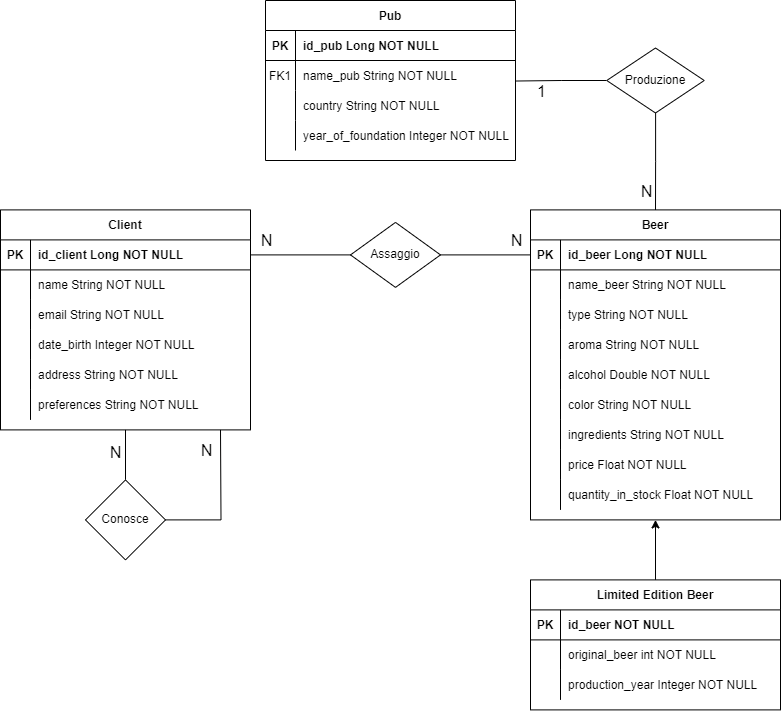
The draw.io diagram ER.png in dami013/BeerConnect, before a commit. Source tidied: cells renumbered, new cells last; positions are measured from the earlier drawing's top-left corner, leaving out a move shared by most shapes.
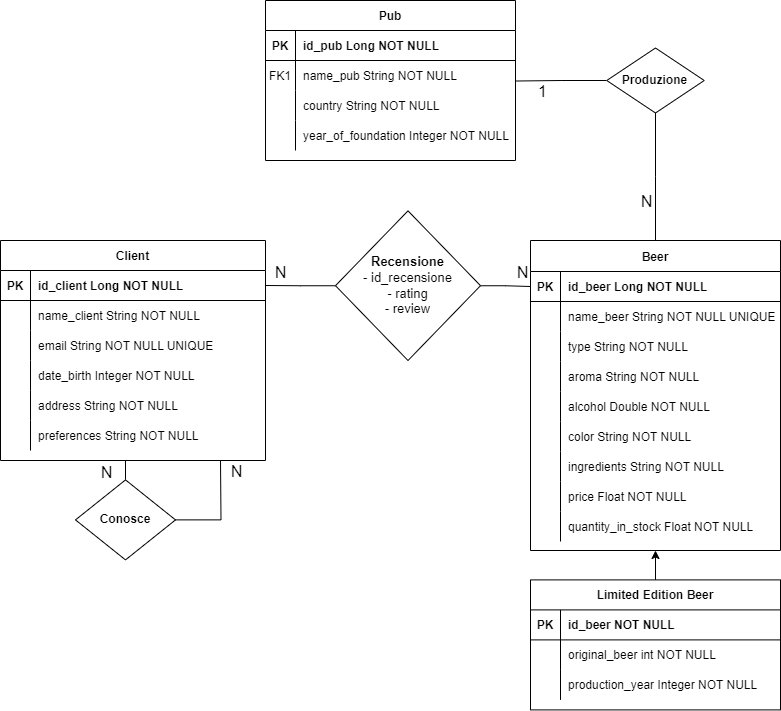
After the commit.

The edit, as a diff of the source:
```diff
@@ -2,11 +2,11 @@
   <root>
     <mxCell id="0" />
     <mxCell id="1" parent="0" />
-    <mxCell id="2" value="Beer" style="shape=table;startSize=30;rowLines=0;fontStyle=1;align=center;" parent="1" vertex="1">
-      <mxGeometry x="530" y="209.4" width="250" height="310" as="geometry" />
+    <mxCell id="2" value="Beer" style="shape=table;startSize=31;rowLines=0;fontStyle=1;align=center;" parent="1" vertex="1">
+      <mxGeometry x="530" y="240" width="250" height="310" as="geometry" />
     </mxCell>
     <mxCell id="3" style="shape=partialRectangle;fillColor=none;points=[[0,0.5],[1,0.5]];portConstraint=eastwest;top=0;left=0;right=0;bottom=1;" parent="2" vertex="1">
-      <mxGeometry y="30" width="250" height="30" as="geometry" />
+      <mxGeometry y="31" width="250" height="30" as="geometry" />
     </mxCell>
     <mxCell id="4" value="PK" style="shape=partialRectangle;overflow=hidden;fillColor=none;top=0;left=0;bottom=0;right=0;fontStyle=1;" parent="3" vertex="1">
       <mxGeometry width="30" height="30" as="geometry" />
@@ -15,16 +15,16 @@
       <mxGeometry x="30" width="220" height="30" as="geometry" />
     </mxCell>
     <mxCell id="6" style="shape=partialRectangle;fillColor=none;top=0;left=0;right=0;bottom=0;" parent="2" vertex="1">
-      <mxGeometry y="60" width="250" height="30" as="geometry" />
+      <mxGeometry y="61" width="250" height="30" as="geometry" />
     </mxCell>
     <mxCell id="7" style="shape=partialRectangle;overflow=hidden;fillColor=none;top=0;left=0;bottom=0;right=0;" parent="6" vertex="1">
       <mxGeometry width="30" height="30" as="geometry" />
     </mxCell>
-    <mxCell id="8" value="name_beer String NOT NULL" style="shape=partialRectangle;overflow=hidden;fillColor=none;top=0;left=0;bottom=0;right=0;align=left;spacingLeft=6;" parent="6" vertex="1">
+    <mxCell id="8" value="name_beer String NOT NULL UNIQUE" style="shape=partialRectangle;overflow=hidden;fillColor=none;top=0;left=0;bottom=0;right=0;align=left;spacingLeft=6;" parent="6" vertex="1">
       <mxGeometry x="30" width="220" height="30" as="geometry" />
     </mxCell>
     <mxCell id="9" style="shape=partialRectangle;fillColor=none;top=0;left=0;right=0;bottom=0;" parent="2" vertex="1">
-      <mxGeometry y="90" width="250" height="30" as="geometry" />
+      <mxGeometry y="91" width="250" height="30" as="geometry" />
     </mxCell>
     <mxCell id="10" style="shape=partialRectangle;overflow=hidden;fillColor=none;top=0;left=0;bottom=0;right=0;" parent="9" vertex="1">
       <mxGeometry width="30" height="30" as="geometry" />
@@ -33,7 +33,7 @@
       <mxGeometry x="30" width="220" height="30" as="geometry" />
     </mxCell>
     <mxCell id="12" style="shape=partialRectangle;fillColor=none;top=0;left=0;right=0;bottom=0;" parent="2" vertex="1">
-      <mxGeometry y="120" width="250" height="30" as="geometry" />
+      <mxGeometry y="121" width="250" height="30" as="geometry" />
     </mxCell>
     <mxCell id="13" style="shape=partialRectangle;overflow=hidden;fillColor=none;top=0;left=0;bottom=0;right=0;" parent="12" vertex="1">
       <mxGeometry width="30" height="30" as="geometry" />
@@ -42,7 +42,7 @@
       <mxGeometry x="30" width="220" height="30" as="geometry" />
     </mxCell>
     <mxCell id="15" style="shape=partialRectangle;fillColor=none;top=0;left=0;right=0;bottom=0;" parent="2" vertex="1">
-      <mxGeometry y="150" width="250" height="30" as="geometry" />
+      <mxGeometry y="151" width="250" height="30" as="geometry" />
     </mxCell>
     <mxCell id="16" style="shape=partialRectangle;overflow=hidden;fillColor=none;top=0;left=0;bottom=0;right=0;" parent="15" vertex="1">
       <mxGeometry width="30" height="30" as="geometry" />
@@ -51,7 +51,7 @@
       <mxGeometry x="30" width="220" height="30" as="geometry" />
     </mxCell>
     <mxCell id="18" style="shape=partialRectangle;fillColor=none;top=0;left=0;right=0;bottom=0;" parent="2" vertex="1">
-      <mxGeometry y="180" width="250" height="30" as="geometry" />
+      <mxGeometry y="181" width="250" height="30" as="geometry" />
     </mxCell>
     <mxCell id="19" style="shape=partialRectangle;overflow=hidden;fillColor=none;top=0;left=0;bottom=0;right=0;" parent="18" vertex="1">
       <mxGeometry width="30" height="30" as="geometry" />
@@ -60,7 +60,7 @@
       <mxGeometry x="30" width="220" height="30" as="geometry" />
     </mxCell>
     <mxCell id="21" style="shape=partialRectangle;fillColor=none;top=0;left=0;right=0;bottom=0;" parent="2" vertex="1">
-      <mxGeometry y="210" width="250" height="30" as="geometry" />
+      <mxGeometry y="211" width="250" height="30" as="geometry" />
     </mxCell>
     <mxCell id="22" style="shape=partialRectangle;overflow=hidden;fillColor=none;top=0;left=0;bottom=0;right=0;" parent="21" vertex="1">
       <mxGeometry width="30" height="30" as="geometry" />
@@ -69,7 +69,7 @@
       <mxGeometry x="30" width="220" height="30" as="geometry" />
     </mxCell>
     <mxCell id="24" style="shape=partialRectangle;fillColor=none;top=0;left=0;right=0;bottom=0;" parent="2" vertex="1">
-      <mxGeometry y="240" width="250" height="30" as="geometry" />
+      <mxGeometry y="241" width="250" height="30" as="geometry" />
     </mxCell>
     <mxCell id="25" style="shape=partialRectangle;overflow=hidden;fillColor=none;top=0;left=0;bottom=0;right=0;" parent="24" vertex="1">
       <mxGeometry width="30" height="30" as="geometry" />
@@ -78,7 +78,7 @@
       <mxGeometry x="30" width="220" height="30" as="geometry" />
     </mxCell>
     <mxCell id="27" style="shape=partialRectangle;fillColor=none;top=0;left=0;right=0;bottom=0;" parent="2" vertex="1">
-      <mxGeometry y="270" width="250" height="30" as="geometry" />
+      <mxGeometry y="271" width="250" height="30" as="geometry" />
     </mxCell>
     <mxCell id="28" style="shape=partialRectangle;overflow=hidden;fillColor=none;top=0;left=0;bottom=0;right=0;" parent="27" vertex="1">
       <mxGeometry width="30" height="30" as="geometry" />
@@ -126,64 +126,69 @@
       <mxGeometry x="30" width="220" height="30" as="geometry" />
     </mxCell>
     <mxCell id="43" style="edgeStyle=orthogonalEdgeStyle;rounded=0;jettySize=auto;html=1;entryX=0.5;entryY=0;entryDx=0;entryDy=0;endArrow=none;endFill=0;" parent="1" edge="1" source="44" target="86">
-      <mxGeometry relative="1" as="geometry" />
+      <mxGeometry relative="1" as="geometry">
+        <Array as="points">
+          <mxPoint x="125" y="450" />
+          <mxPoint x="125" y="450" />
+        </Array>
+      </mxGeometry>
     </mxCell>
     <mxCell id="44" value="Client" style="shape=table;startSize=30;rowLines=0;fontStyle=1;align=center;" parent="1" vertex="1">
-      <mxGeometry y="209.4" width="250" height="220" as="geometry" />
+      <mxGeometry y="240" width="265" height="220" as="geometry" />
     </mxCell>
     <mxCell id="45" style="shape=partialRectangle;fillColor=none;points=[[0,0.5],[1,0.5]];portConstraint=eastwest;top=0;left=0;right=0;bottom=1;" parent="44" vertex="1">
-      <mxGeometry y="30" width="250" height="30" as="geometry" />
+      <mxGeometry y="30" width="265" height="30" as="geometry" />
     </mxCell>
     <mxCell id="46" value="PK" style="shape=partialRectangle;overflow=hidden;fillColor=none;top=0;left=0;bottom=0;right=0;fontStyle=1;" parent="45" vertex="1">
       <mxGeometry width="30" height="30" as="geometry" />
     </mxCell>
     <mxCell id="47" value="id_client Long NOT NULL " style="shape=partialRectangle;overflow=hidden;fillColor=none;top=0;left=0;bottom=0;right=0;align=left;spacingLeft=6;fontStyle=1;" parent="45" vertex="1">
-      <mxGeometry x="30" width="220" height="30" as="geometry" />
+      <mxGeometry x="30" width="235" height="30" as="geometry" />
     </mxCell>
     <mxCell id="48" style="shape=partialRectangle;fillColor=none;top=0;left=0;right=0;bottom=0;" parent="44" vertex="1">
-      <mxGeometry y="60" width="250" height="30" as="geometry" />
+      <mxGeometry y="60" width="265" height="30" as="geometry" />
     </mxCell>
     <mxCell id="49" style="shape=partialRectangle;overflow=hidden;fillColor=none;top=0;left=0;bottom=0;right=0;" parent="48" vertex="1">
       <mxGeometry width="30" height="30" as="geometry" />
     </mxCell>
-    <mxCell id="50" value="name String NOT NULL" style="shape=partialRectangle;overflow=hidden;fillColor=none;top=0;left=0;bottom=0;right=0;align=left;spacingLeft=6;" parent="48" vertex="1">
-      <mxGeometry x="30" width="220" height="30" as="geometry" />
+    <mxCell id="50" value="name_client String NOT NULL" style="shape=partialRectangle;overflow=hidden;fillColor=none;top=0;left=0;bottom=0;right=0;align=left;spacingLeft=6;" parent="48" vertex="1">
+      <mxGeometry x="30" width="235" height="30" as="geometry" />
     </mxCell>
     <mxCell id="51" style="shape=partialRectangle;fillColor=none;top=0;left=0;right=0;bottom=0;" parent="44" vertex="1">
-      <mxGeometry y="90" width="250" height="30" as="geometry" />
+      <mxGeometry y="90" width="265" height="30" as="geometry" />
     </mxCell>
     <mxCell id="52" style="shape=partialRectangle;overflow=hidden;fillColor=none;top=0;left=0;bottom=0;right=0;" parent="51" vertex="1">
       <mxGeometry width="30" height="30" as="geometry" />
     </mxCell>
-    <mxCell id="53" value="email String NOT NULL" style="shape=partialRectangle;overflow=hidden;fillColor=none;top=0;left=0;bottom=0;right=0;align=left;spacingLeft=6;" parent="51" vertex="1">
-      <mxGeometry x="30" width="220" height="30" as="geometry" />
+    <mxCell id="53" value="email String NOT NULL UNIQUE" style="shape=partialRectangle;overflow=hidden;fillColor=none;top=0;left=0;bottom=0;right=0;align=left;spacingLeft=6;" parent="51" vertex="1">
+      <mxGeometry x="30" width="235" height="30" as="geometry" />
     </mxCell>
     <mxCell id="54" style="shape=partialRectangle;fillColor=none;top=0;left=0;right=0;bottom=0;" parent="44" vertex="1">
-      <mxGeometry y="120" width="250" height="30" as="geometry" />
+      <mxGeometry y="120" width="265" height="30" as="geometry" />
     </mxCell>
     <mxCell id="55" style="shape=partialRectangle;overflow=hidden;fillColor=none;top=0;left=0;bottom=0;right=0;" parent="54" vertex="1">
       <mxGeometry width="30" height="30" as="geometry" />
     </mxCell>
     <mxCell id="56" value="date_birth Integer NOT NULL" style="shape=partialRectangle;overflow=hidden;fillColor=none;top=0;left=0;bottom=0;right=0;align=left;spacingLeft=6;" parent="54" vertex="1">
-      <mxGeometry x="30" width="220" height="30" as="geometry" />
+      <mxGeometry x="30" width="235" height="30" as="geometry" />
     </mxCell>
     <mxCell id="57" style="shape=partialRectangle;fillColor=none;top=0;left=0;right=0;bottom=0;" parent="44" vertex="1">
-      <mxGeometry y="150" width="250" height="30" as="geometry" />
+      <mxGeometry y="150" width="265" height="30" as="geometry" />
     </mxCell>
     <mxCell id="58" style="shape=partialRectangle;overflow=hidden;fillColor=none;top=0;left=0;bottom=0;right=0;" parent="57" vertex="1">
       <mxGeometry width="30" height="30" as="geometry" />
     </mxCell>
     <mxCell id="59" value="address String NOT NULL" style="shape=partialRectangle;overflow=hidden;fillColor=none;top=0;left=0;bottom=0;right=0;align=left;spacingLeft=6;" parent="57" vertex="1">
-      <mxGeometry x="30" width="220" height="30" as="geometry" />
+      <mxGeometry x="30" width="235" height="30" as="geometry" />
     </mxCell>
     <mxCell id="60" style="shape=partialRectangle;fillColor=none;top=0;left=0;right=0;bottom=0;" parent="44" vertex="1">
-      <mxGeometry y="180" width="250" height="30" as="geometry" />
+      <mxGeometry y="180" width="265" height="30" as="geometry" />
     </mxCell>
     <mxCell id="61" style="shape=partialRectangle;overflow=hidden;fillColor=none;top=0;left=0;bottom=0;right=0;" parent="60" vertex="1">
       <mxGeometry width="30" height="30" as="geometry" />
     </mxCell>
     <mxCell id="62" value="preferences String NOT NULL" style="shape=partialRectangle;overflow=hidden;fillColor=none;top=0;left=0;bottom=0;right=0;align=left;spacingLeft=6;" parent="60" vertex="1">
-      <mxGeometry x="30" width="220" height="30" as="geometry" />
+      <mxGeometry x="30" width="235" height="30" as="geometry" />
     </mxCell>
     <mxCell id="63" style="edgeStyle=orthogonalEdgeStyle;rounded=0;jettySize=auto;html=1;entryX=0.5;entryY=1;entryDx=0;entryDy=0;endArrow=classic;endFill=1;" parent="1" edge="1" source="64" target="2">
       <mxGeometry relative="1" as="geometry" />
@@ -234,7 +239,7 @@
         <mxPoint x="-10" y="43" as="offset" />
       </mxGeometry>
     </mxCell>
-    <mxCell id="78" value="Produzione" style="rhombus;whiteSpace=wrap;html=1;" parent="1" vertex="1">
+    <mxCell id="78" value="&lt;b&gt;Produzione&lt;/b&gt;" style="rhombus;whiteSpace=wrap;html=1;" parent="1" vertex="1">
       <mxGeometry x="606.2" y="47.5" width="97.5" height="65" as="geometry" />
     </mxCell>
     <mxCell id="79" style="edgeStyle=orthogonalEdgeStyle;rounded=0;jettySize=auto;html=1;entryX=1;entryY=0.5;entryDx=0;entryDy=0;endArrow=none;endFill=0;" parent="1" edge="1" source="83" target="45">
@@ -242,7 +247,7 @@
     </mxCell>
     <mxCell id="80" value="&lt;font style=&quot;font-size: 16px;&quot;&gt;N&lt;/font&gt;" style="edgeLabel;html=1;align=center;verticalAlign=middle;" parent="79" vertex="1">
       <mxGeometry x="0.26" y="3" relative="1" as="geometry">
-        <mxPoint x="-22" y="-18" as="offset" />
+        <mxPoint x="-12" y="-17" as="offset" />
       </mxGeometry>
     </mxCell>
     <mxCell id="81" style="edgeStyle=orthogonalEdgeStyle;rounded=0;jettySize=auto;html=1;entryX=0;entryY=0.5;entryDx=0;entryDy=0;endArrow=none;endFill=0;" parent="1" edge="1" source="83" target="3">
@@ -253,24 +258,24 @@
         <mxPoint y="-16" as="offset" />
       </mxGeometry>
     </mxCell>
-    <mxCell id="83" value="Assaggio" style="rhombus;whiteSpace=wrap;html=1;" parent="1" vertex="1">
-      <mxGeometry x="350" y="221.9" width="90" height="65" as="geometry" />
+    <mxCell id="83" value="&lt;font style=&quot;font-size: 13px;&quot;&gt;&lt;b&gt;Recensione&lt;/b&gt;&lt;br&gt;- id_recensione&lt;br&gt;- rating&lt;br&gt;- review&lt;/font&gt;" style="rhombus;whiteSpace=wrap;html=1;" parent="1" vertex="1">
+      <mxGeometry x="335" y="210.4" width="145" height="149.7" as="geometry" />
     </mxCell>
     <mxCell id="84" style="edgeStyle=orthogonalEdgeStyle;rounded=0;jettySize=auto;html=1;endArrow=none;endFill=0;" parent="1" edge="1" source="86">
       <mxGeometry relative="1" as="geometry">
-        <mxPoint x="220" y="429.4" as="targetPoint" />
+        <mxPoint x="220" y="460" as="targetPoint" />
       </mxGeometry>
     </mxCell>
     <mxCell id="85" value="&lt;font style=&quot;font-size: 16px;&quot;&gt;N&lt;/font&gt;" style="edgeLabel;html=1;align=center;verticalAlign=middle;" parent="84" vertex="1">
       <mxGeometry x="0.5" relative="1" as="geometry">
-        <mxPoint x="-15" y="-16" as="offset" />
+        <mxPoint x="15" y="-16" as="offset" />
       </mxGeometry>
     </mxCell>
-    <mxCell id="86" value="Conosce" style="rhombus;whiteSpace=wrap;html=1;" parent="1" vertex="1">
-      <mxGeometry x="85" y="479.4" width="80" height="80" as="geometry" />
+    <mxCell id="86" value="&lt;b&gt;Conosce&lt;/b&gt;" style="rhombus;whiteSpace=wrap;html=1;" parent="1" vertex="1">
+      <mxGeometry x="75" y="479.4" width="100" height="80" as="geometry" />
     </mxCell>
     <mxCell id="87" value="&lt;font style=&quot;font-size: 16px;&quot;&gt;N&lt;/font&gt;" style="edgeLabel;html=1;align=center;verticalAlign=middle;" parent="1" vertex="1">
-      <mxGeometry x="225" y="470" as="geometry">
+      <mxGeometry x="215" y="490" as="geometry">
         <mxPoint x="-110" y="-19" as="offset" />
       </mxGeometry>
     </mxCell>
```
